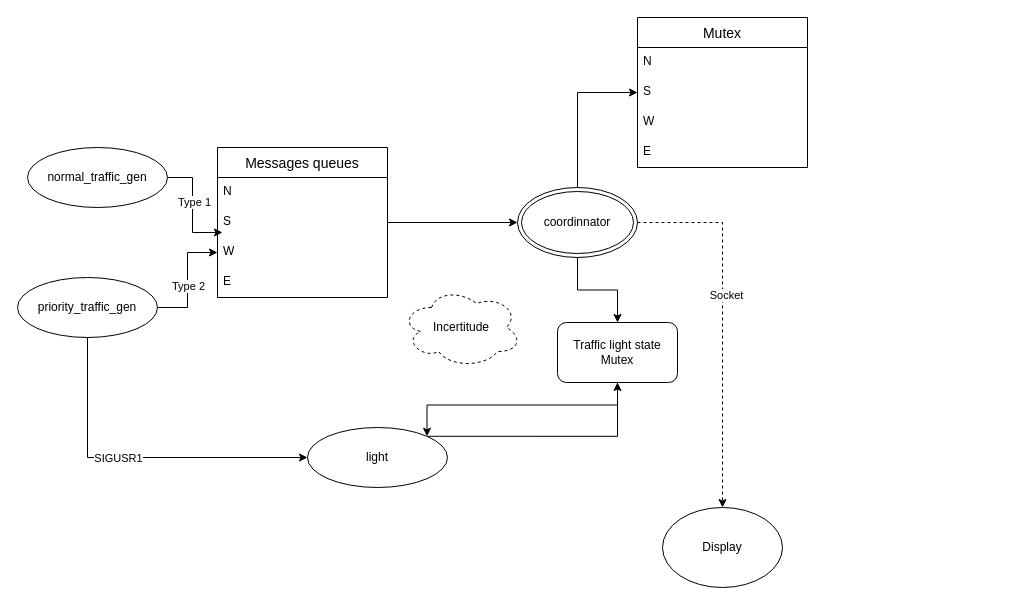
E-Riviere/ProjetPPC keeps this draw.io diagram as Alfred.drawio. Above is the earlier version. Source tidied: cells renumbered, new cells numbered last; positions are measured from the earlier drawing's top-left corner, leaving out a move shared by most shapes. Both pictures are drawn from the tidied source at 100%, with x=0, y=0 at pixel (17, 17).
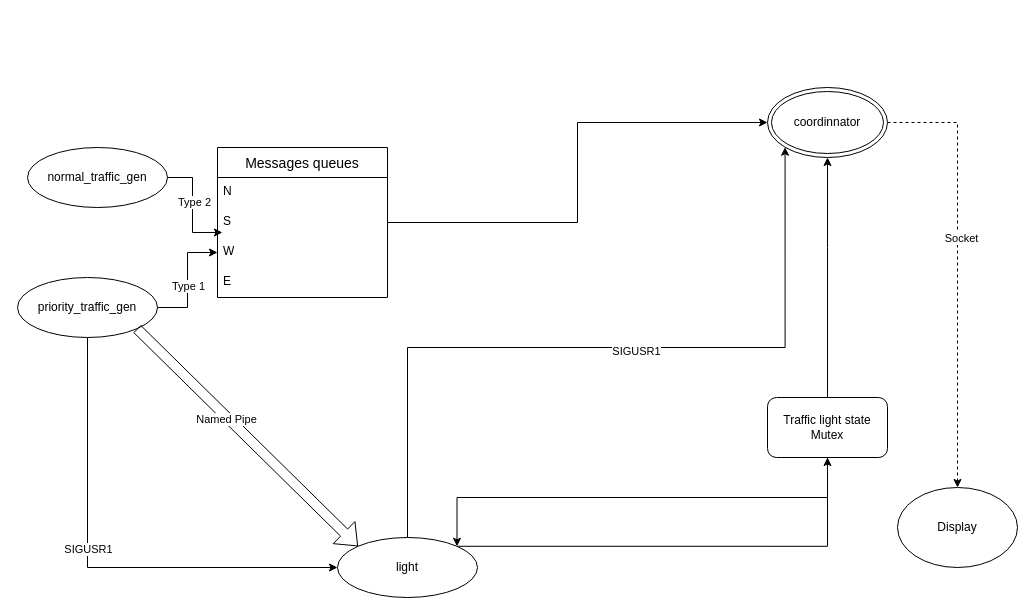
The same diagram, later.

Commit message:
Mettre à jour Alfred.drawio

The change refers to these unchanged cells:
```xml
<mxCell id="8" style="edgeStyle=orthogonalEdgeStyle;rounded=0;jettySize=auto;html=1;exitX=1;exitY=0.5;exitDx=0;exitDy=0;entryX=0.029;entryY=0.833;entryDx=0;entryDy=0;entryPerimeter=0;" parent="1" edge="1" source="2" target="5">
  <mxGeometry relative="1" as="geometry" />
</mxCell>
<mxCell id="12" value="priority_traffic_gen" style="ellipse;whiteSpace=wrap;html=1;" parent="1" vertex="1">
  <mxGeometry y="260" width="140" height="60" as="geometry" />
</mxCell>
<mxCell id="13" style="edgeStyle=orthogonalEdgeStyle;rounded=0;jettySize=auto;html=1;exitX=1;exitY=0.5;exitDx=0;exitDy=0;" parent="1" edge="1" source="12" target="6">
  <mxGeometry relative="1" as="geometry" />
</mxCell>
```

Change to the diagram source:
```diff
@@
-    <mxCell id="9" value="Type 1" style="edgeLabel;html=1;align=center;verticalAlign=middle;" parent="8" vertex="1">
+    <mxCell id="9" value="Type 2" style="edgeLabel;html=1;align=center;verticalAlign=middle;" parent="8" vertex="1">
       <mxGeometry x="-0.1" y="1" relative="1" as="geometry" />
     </mxCell>
@@
-    <mxCell id="14" value="Type 2" style="edgeLabel;html=1;align=center;verticalAlign=middle;" parent="13" vertex="1">
+    <mxCell id="14" value="Type 1" style="edgeLabel;html=1;align=center;verticalAlign=middle;" parent="13" vertex="1">
       <mxGeometry x="-0.1" y="1" relative="1" as="geometry">
         <mxPoint x="1" as="offset" />
       </mxGeometry>
     </mxCell>
-    <mxCell id="15" style="edgeStyle=orthogonalEdgeStyle;rounded=0;jettySize=auto;html=1;exitX=0.5;exitY=0;exitDx=0;exitDy=0;entryX=0;entryY=0.5;entryDx=0;entryDy=0;" parent="1" edge="1" source="19" target="23">
-      <mxGeometry relative="1" as="geometry" />
-    </mxCell>
-    <mxCell id="16" style="edgeStyle=orthogonalEdgeStyle;rounded=0;jettySize=auto;html=1;exitX=0.5;exitY=1;exitDx=0;exitDy=0;entryX=0.5;entryY=0;entryDx=0;entryDy=0;" parent="1" edge="1" source="19" target="29">
-      <mxGeometry relative="1" as="geometry" />
-    </mxCell>
@@
     <mxCell id="19" value="coordinnator" style="ellipse;shape=doubleEllipse;whiteSpace=wrap;html=1;" parent="1" vertex="1">
-      <mxGeometry x="500" y="170" width="120" height="70" as="geometry" />
+      <mxGeometry x="750" y="70" width="120" height="70" as="geometry" />
     </mxCell>
@@
+    <mxCell id="32" style="edgeStyle=orthogonalEdgeStyle;rounded=0;jettySize=auto;html=1;exitX=0.5;exitY=0;exitDx=0;exitDy=0;entryX=0;entryY=1;entryDx=0;entryDy=0;" parent="1" edge="1" source="22" target="19">
+      <mxGeometry relative="1" as="geometry" />
+    </mxCell>
+    <mxCell id="33" value="SIGUSR1" style="edgeLabel;html=1;align=center;verticalAlign=middle;" parent="32" vertex="1">
+      <mxGeometry x="0.09" y="-3" relative="1" as="geometry" />
+    </mxCell>
     <mxCell id="22" value="light" style="ellipse;whiteSpace=wrap;html=1;" parent="1" vertex="1">
-      <mxGeometry x="290" y="410" width="140" height="60" as="geometry" />
+      <mxGeometry x="320" y="520" width="140" height="60" as="geometry" />
     </mxCell>
-    <mxCell id="23" value="Mutex" style="swimlane;fontStyle=0;horizontal=1;startSize=30;align=center;fontSize=14;" parent="1" vertex="1">
-      <mxGeometry x="620" width="170" height="150" as="geometry" />
-    </mxCell>
-    <mxCell id="24" value="N" style="text;strokeColor=none;fillColor=none;spacingLeft=4;spacingRight=4;overflow=hidden;fontSize=12;whiteSpace=wrap;html=1;" parent="23" vertex="1">
-      <mxGeometry y="30" width="170" height="30" as="geometry" />
-    </mxCell>
-    <mxCell id="25" value="S" style="text;strokeColor=none;fillColor=none;spacingLeft=4;spacingRight=4;overflow=hidden;fontSize=12;whiteSpace=wrap;html=1;" parent="23" vertex="1">
-      <mxGeometry y="60" width="170" height="30" as="geometry" />
-    </mxCell>
-    <mxCell id="26" value="&lt;div&gt;W&lt;/div&gt;&lt;div&gt;&lt;table&gt;&lt;tbody&gt;&lt;tr&gt;&lt;td&gt;&lt;br&gt;&lt;/td&gt;&lt;/tr&gt;&lt;/tbody&gt;&lt;/table&gt;&lt;br&gt;&lt;/div&gt;" style="text;strokeColor=none;fillColor=none;spacingLeft=4;spacingRight=4;overflow=hidden;fontSize=12;whiteSpace=wrap;html=1;" parent="23" vertex="1">
-      <mxGeometry y="90" width="170" height="30" as="geometry" />
-    </mxCell>
-    <mxCell id="27" value="E" style="text;strokeColor=none;fillColor=none;spacingLeft=4;spacingRight=4;overflow=hidden;fontSize=12;whiteSpace=wrap;html=1;" parent="23" vertex="1">
-      <mxGeometry y="120" width="170" height="30" as="geometry" />
-    </mxCell>
@@
+    <mxCell id="34" style="edgeStyle=orthogonalEdgeStyle;rounded=0;jettySize=auto;html=1;exitX=0.5;exitY=0;exitDx=0;exitDy=0;" parent="1" edge="1" source="29" target="19">
+      <mxGeometry relative="1" as="geometry">
+        <Array as="points">
+          <mxPoint x="810" y="230" />
+          <mxPoint x="810" y="230" />
+        </Array>
+      </mxGeometry>
+    </mxCell>
     <mxCell id="29" value="Traffic light state&lt;br&gt;Mutex" style="rounded=1;whiteSpace=wrap;html=1;" parent="1" vertex="1">
-      <mxGeometry x="540" y="305" width="120" height="60" as="geometry" />
+      <mxGeometry x="750" y="380" width="120" height="60" as="geometry" />
     </mxCell>
     <mxCell id="30" value="Display" style="ellipse;whiteSpace=wrap;html=1;" parent="1" vertex="1">
-      <mxGeometry x="645" y="490" width="120" height="80" as="geometry" />
+      <mxGeometry x="880" y="470" width="120" height="80" as="geometry" />
     </mxCell>
-    <mxCell id="31" value="Incertitude" style="ellipse;shape=cloud;whiteSpace=wrap;html=1;dashed=1;" parent="1" vertex="1">
-      <mxGeometry x="384" y="270" width="120" height="80" as="geometry" />
-    </mxCell>
+    <mxCell id="35" style="shape=flexArrow;endArrow=classic;html=1;rounded=0;entryX=0;entryY=0;entryDx=0;entryDy=0;exitX=1;exitY=1;exitDx=0;exitDy=0;" parent="1" edge="1" source="12" target="22">
+      <mxGeometry relative="1" as="geometry" />
+    </mxCell>
+    <mxCell id="36" value="Named Pipe" style="edgeLabel;html=1;align=center;verticalAlign=middle;" parent="35" vertex="1">
+      <mxGeometry x="-0.19" y="-1" relative="1" as="geometry">
+        <mxPoint y="1" as="offset" />
+      </mxGeometry>
+    </mxCell>
```
